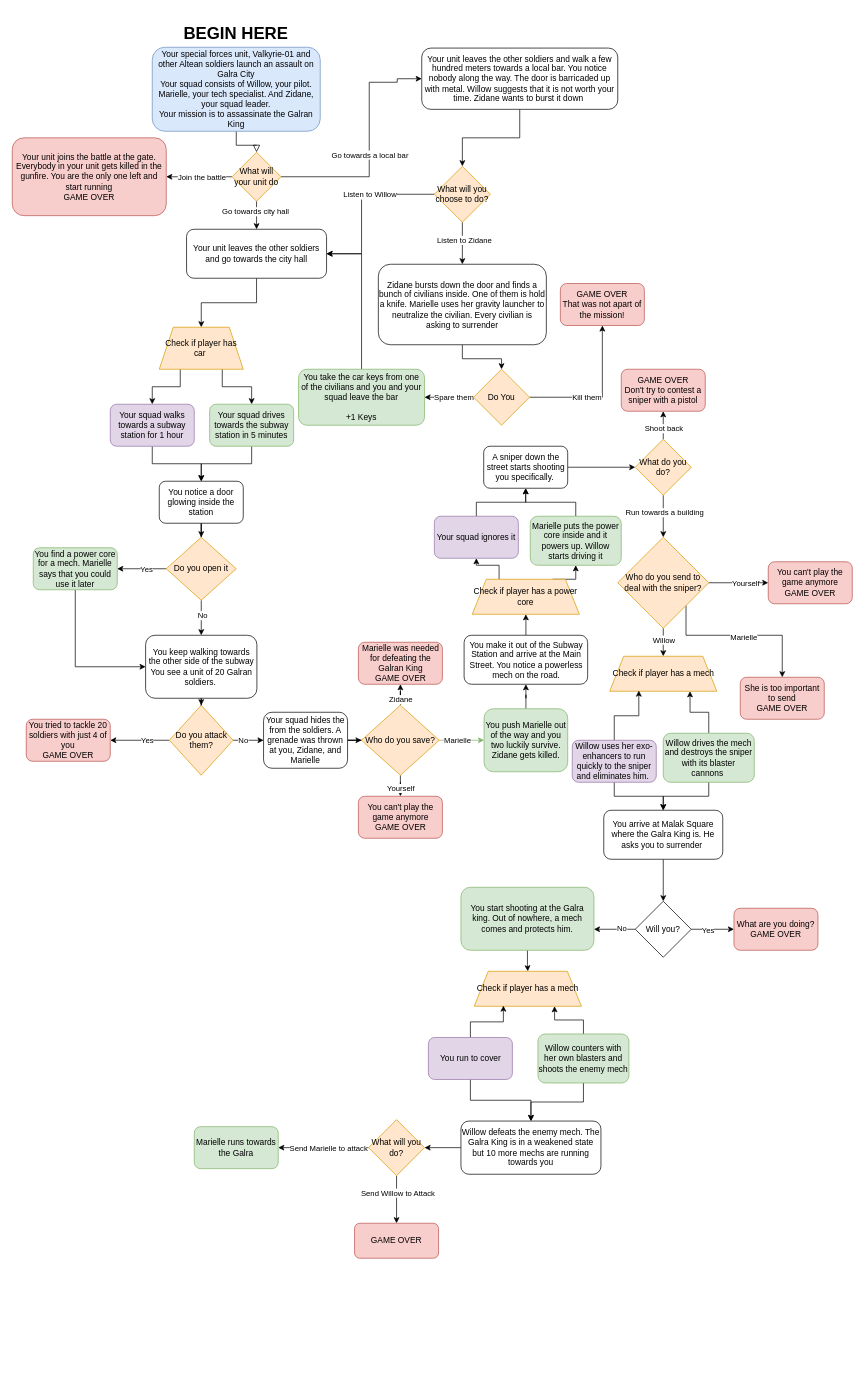
Earlier version of the draw.io diagram BusinessCulminatingFlowchart.drawio (twitocode/Draw.io-Diagrams). Source tidied: cells renumbered, new cells numbered last; positions are measured from the earlier drawing's top-left corner, leaving out a move shared by most shapes. Both pictures are drawn from the tidied source at 70%, with x=0, y=0 at pixel (12, 19).
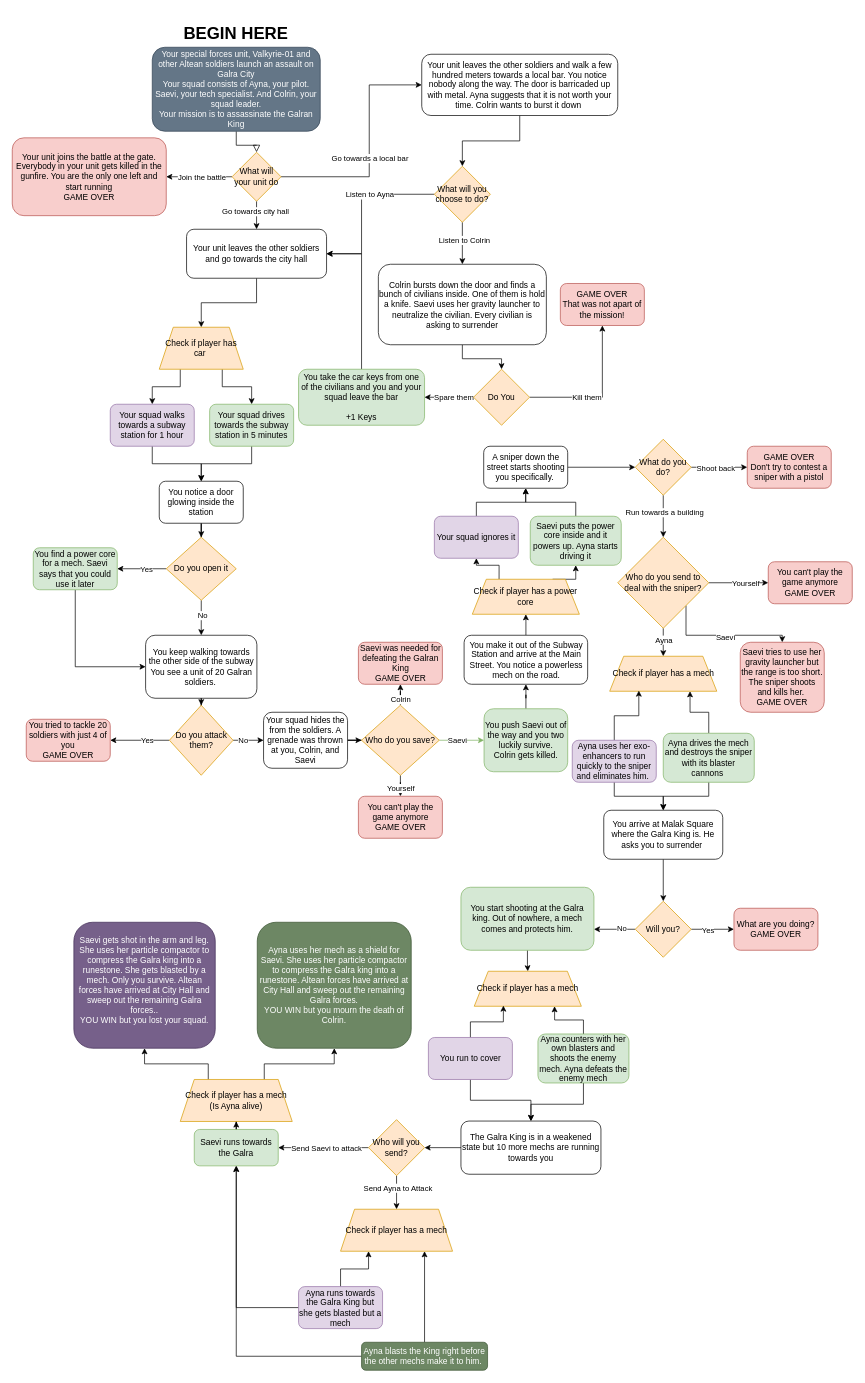
After the change.

The change refers to these unchanged cells:
```xml
<mxCell id="10" value="What will your unit do" style="rhombus;whiteSpace=wrap;html=1;fillColor=#ffe6cc;strokeColor=#d79b00;" parent="1" vertex="1">
  <mxGeometry x="314" y="190" width="70" height="70" as="geometry" />
</mxCell>
<mxCell id="16" style="edgeStyle=orthogonalEdgeStyle;rounded=0;jettySize=auto;html=1;entryX=1;entryY=0.5;entryDx=0;entryDy=0;" parent="1" edge="1" source="20" target="15">
  <mxGeometry relative="1" as="geometry">
    <Array as="points">
      <mxPoint x="499" y="250" />
      <mxPoint x="499" y="335" />
    </Array>
  </mxGeometry>
</mxCell>
<mxCell id="18" style="edgeStyle=orthogonalEdgeStyle;rounded=0;jettySize=auto;html=1;" parent="1" edge="1" source="20" target="22">
  <mxGeometry relative="1" as="geometry" />
</mxCell>
<mxCell id="57" style="edgeStyle=orthogonalEdgeStyle;rounded=0;jettySize=auto;html=1;" parent="1" edge="1" source="63" target="64">
  <mxGeometry relative="1" as="geometry" />
</mxCell>
<mxCell id="59" style="edgeStyle=orthogonalEdgeStyle;rounded=0;jettySize=auto;html=1;fillColor=#d5e8d4;strokeColor=#82b366;" parent="1" edge="1" source="63" target="66">
  <mxGeometry relative="1" as="geometry" />
</mxCell>
<mxCell id="83" value="What do you do?" style="rhombus;whiteSpace=wrap;html=1;fillColor=#ffe6cc;strokeColor=#d79b00;" parent="1" vertex="1">
  <mxGeometry x="890" y="600" width="80" height="80" as="geometry" />
</mxCell>
<mxCell id="87" style="edgeStyle=orthogonalEdgeStyle;rounded=0;jettySize=auto;html=1;entryX=0.5;entryY=0;entryDx=0;entryDy=0;" parent="1" edge="1" source="91" target="104">
  <mxGeometry relative="1" as="geometry" />
</mxCell>
<mxCell id="89" style="edgeStyle=orthogonalEdgeStyle;rounded=0;jettySize=auto;html=1;exitX=1;exitY=1;exitDx=0;exitDy=0;entryX=0.5;entryY=0;entryDx=0;entryDy=0;" parent="1" edge="1" source="91" target="95">
  <mxGeometry relative="1" as="geometry">
    <Array as="points">
      <mxPoint x="963" y="880" />
      <mxPoint x="1100" y="880" />
    </Array>
  </mxGeometry>
</mxCell>
<mxCell id="91" value="Who do you send to deal with the sniper?" style="rhombus;whiteSpace=wrap;html=1;fillColor=#ffe6cc;strokeColor=#d79b00;" parent="1" vertex="1">
  <mxGeometry x="865" y="740" width="130" height="130" as="geometry" />
</mxCell>
<mxCell id="123" style="edgeStyle=orthogonalEdgeStyle;rounded=0;jettySize=auto;html=1;entryX=1;entryY=0.5;entryDx=0;entryDy=0;" parent="1" edge="1" source="125" target="127">
  <mxGeometry relative="1" as="geometry" />
</mxCell>
```

Change to the diagram source:
```diff
@@
-    <mxCell id="3" value="Your special forces unit, Valkyrie-01 and other Altean soldiers launch an assault on Galra City&lt;br&gt;Your squad consists of Willow, your pilot. Marielle, your tech specialist. And Zidane, your squad leader.&lt;br&gt;Your mission is to assassinate the Galran King" style="rounded=1;whiteSpace=wrap;html=1;fontSize=12;glass=0;strokeWidth=1;shadow=0;fillColor=#dae8fc;strokeColor=#6c8ebf;" parent="1" vertex="1">
+    <mxCell id="3" value="Your special forces unit, Valkyrie-01 and other Altean soldiers launch an assault on Galra City&lt;br&gt;Your squad consists of Ayna, your pilot. Saevi, your tech specialist. And Colrin, your squad leader.&lt;br&gt;Your mission is to assassinate the Galran King" style="rounded=1;whiteSpace=wrap;html=1;fontSize=12;glass=0;strokeWidth=1;shadow=0;fillColor=#647687;strokeColor=#314354;fontColor=#ffffff;" parent="1" vertex="1">
       <mxGeometry x="200" y="40" width="240" height="120" as="geometry" />
     </mxCell>
     <mxCell id="4" style="edgeStyle=orthogonalEdgeStyle;rounded=0;jettySize=auto;html=1;exitX=1;exitY=0.5;exitDx=0;exitDy=0;entryX=0;entryY=0.5;entryDx=0;entryDy=0;" parent="1" edge="1" source="10" target="13">
       <mxGeometry relative="1" as="geometry">
         <Array as="points">
           <mxPoint x="510" y="225" />
-          <mxPoint x="510" y="90" />
-          <mxPoint x="550" y="90" />
+          <mxPoint x="510" y="94" />
         </Array>
       </mxGeometry>
     </mxCell>
@@
-    <mxCell id="13" value="&lt;div style=&quot;&quot;&gt;&lt;span style=&quot;background-color: initial;&quot;&gt;Your unit leaves the other soldiers and walk a few hundred meters towards a local bar. You notice nobody along the way. The door is barricaded up with metal. Willow suggests that it is not worth your time. Zidane wants to burst it down&amp;nbsp;&lt;/span&gt;&lt;/div&gt;" style="rounded=1;whiteSpace=wrap;html=1;align=center;" parent="1" vertex="1">
-      <mxGeometry x="585" y="41.2" width="280" height="87.5" as="geometry" />
+    <mxCell id="13" value="&lt;div style=&quot;&quot;&gt;&lt;span style=&quot;background-color: initial;&quot;&gt;Your unit leaves the other soldiers and walk a few hundred meters towards a local bar. You notice nobody along the way. The door is barricaded up with metal. Ayna suggests that it is not worth your time. Colrin wants to burst it down&amp;nbsp;&lt;/span&gt;&lt;/div&gt;" style="rounded=1;whiteSpace=wrap;html=1;align=center;" parent="1" vertex="1">
+      <mxGeometry x="585" y="50" width="280" height="87.5" as="geometry" />
     </mxCell>
@@
-    <mxCell id="17" value="Listen to Willow" style="edgeLabel;html=1;align=center;verticalAlign=middle;" parent="16" vertex="1">
+    <mxCell id="17" value="Listen to Ayna" style="edgeLabel;html=1;align=center;verticalAlign=middle;" parent="16" vertex="1">
       <mxGeometry x="-0.22" relative="1" as="geometry" />
     </mxCell>
@@
-    <mxCell id="19" value="Listen to Zidane" style="edgeLabel;html=1;align=center;verticalAlign=middle;" parent="18" vertex="1">
+    <mxCell id="19" value="Listen to Colrin" style="edgeLabel;html=1;align=center;verticalAlign=middle;" parent="18" vertex="1">
       <mxGeometry x="-0.18" y="2" relative="1" as="geometry" />
     </mxCell>
@@
-    <mxCell id="22" value="Zidane bursts down the door and finds a bunch of civilians inside. One of them is hold a knife. Marielle uses her gravity launcher to neutralize the civilian. Every civilian is asking to surrender" style="rounded=1;whiteSpace=wrap;html=1;" parent="1" vertex="1">
+    <mxCell id="22" value="Colrin bursts down the door and finds a bunch of civilians inside. One of them is hold a knife. Saevi uses her gravity launcher to neutralize the civilian. Every civilian is asking to surrender" style="rounded=1;whiteSpace=wrap;html=1;" parent="1" vertex="1">
       <mxGeometry x="523" y="350" width="240" height="115" as="geometry" />
     </mxCell>
@@
-    <mxCell id="46" value="You find a power core for a mech. Marielle says that you could use it later" style="rounded=1;whiteSpace=wrap;html=1;fillColor=#d5e8d4;strokeColor=#82b366;" parent="1" vertex="1">
+    <mxCell id="46" value="You find a power core for a mech. Saevi says that you could use it later" style="rounded=1;whiteSpace=wrap;html=1;fillColor=#d5e8d4;strokeColor=#82b366;" parent="1" vertex="1">
       <mxGeometry x="30" y="755" width="120" height="60" as="geometry" />
     </mxCell>
@@
-    <mxCell id="56" value="Your squad hides the from the soldiers. A grenade was thrown at you, Zidane, and Marielle" style="rounded=1;whiteSpace=wrap;html=1;" parent="1" vertex="1">
+    <mxCell id="56" value="Your squad hides the from the soldiers. A grenade was thrown at you, Colrin, and Saevi" style="rounded=1;whiteSpace=wrap;html=1;" parent="1" vertex="1">
       <mxGeometry x="359" y="990" width="120" height="80" as="geometry" />
     </mxCell>
@@
-    <mxCell id="58" value="Zidane" style="edgeLabel;html=1;align=center;verticalAlign=middle;" parent="57" vertex="1">
+    <mxCell id="58" value="Colrin" style="edgeLabel;html=1;align=center;verticalAlign=middle;" parent="57" vertex="1">
       <mxGeometry x="-0.18" relative="1" as="geometry">
         <mxPoint y="10" as="offset" />
       </mxGeometry>
     </mxCell>
@@
-    <mxCell id="60" value="Marielle" style="edgeLabel;html=1;align=center;verticalAlign=middle;" parent="59" vertex="1">
+    <mxCell id="60" value="Saevi" style="edgeLabel;html=1;align=center;verticalAlign=middle;" parent="59" vertex="1">
       <mxGeometry x="-0.21" y="1" relative="1" as="geometry" />
     </mxCell>
@@
-    <mxCell id="64" value="Marielle was needed for defeating the Galran King&lt;br&gt;GAME OVER" style="rounded=1;whiteSpace=wrap;html=1;fillColor=#f8cecc;strokeColor=#b85450;" parent="1" vertex="1">
+    <mxCell id="64" value="Saevi was needed for defeating the Galran King&lt;br&gt;GAME OVER" style="rounded=1;whiteSpace=wrap;html=1;fillColor=#f8cecc;strokeColor=#b85450;" parent="1" vertex="1">
       <mxGeometry x="494.5" y="890" width="120" height="60" as="geometry" />
     </mxCell>
@@
-    <mxCell id="66" value="You push Marielle out of the way and you two luckily survive.&lt;br&gt;Zidane gets killed." style="rounded=1;whiteSpace=wrap;html=1;fillColor=#d5e8d4;strokeColor=#82b366;" parent="1" vertex="1">
+    <mxCell id="66" value="You push Saevi out of the way and you two luckily survive.&lt;br&gt;Colrin gets killed." style="rounded=1;whiteSpace=wrap;html=1;fillColor=#d5e8d4;strokeColor=#82b366;" parent="1" vertex="1">
       <mxGeometry x="674" y="985" width="119.5" height="90" as="geometry" />
     </mxCell>
@@
-    <mxCell id="76" value="Marielle puts the power core inside and it powers up. Willow starts driving it" style="rounded=1;whiteSpace=wrap;html=1;fillColor=#d5e8d4;strokeColor=#82b366;" parent="1" vertex="1">
+    <mxCell id="76" value="Saevi puts the power core inside and it powers up. Ayna starts driving it" style="rounded=1;whiteSpace=wrap;html=1;fillColor=#d5e8d4;strokeColor=#82b366;" parent="1" vertex="1">
       <mxGeometry x="740" y="710" width="130" height="70" as="geometry" />
     </mxCell>
@@
+    <mxCell id="81" style="edgeStyle=orthogonalEdgeStyle;rounded=0;jettySize=auto;html=1;entryX=0.5;entryY=0;entryDx=0;entryDy=0;" parent="1" edge="1" source="83" target="91">
+      <mxGeometry relative="1" as="geometry" />
+    </mxCell>
+    <mxCell id="82" value="Run towards a building" style="edgeLabel;html=1;align=center;verticalAlign=middle;" parent="81" vertex="1">
+      <mxGeometry x="-0.2" y="1" relative="1" as="geometry" />
+    </mxCell>
-    <mxCell id="79" style="edgeStyle=orthogonalEdgeStyle;rounded=0;jettySize=auto;html=1;exitX=0.5;exitY=0;exitDx=0;exitDy=0;entryX=0.5;entryY=1;entryDx=0;entryDy=0;" parent="1" edge="1" source="83" target="84">
+    <mxCell id="79" style="edgeStyle=orthogonalEdgeStyle;rounded=0;jettySize=auto;html=1;exitX=1;exitY=0.5;exitDx=0;exitDy=0;" parent="1" edge="1" source="83" target="84">
       <mxGeometry relative="1" as="geometry" />
     </mxCell>
     <mxCell id="80" value="Shoot back" style="edgeLabel;html=1;align=center;verticalAlign=middle;" parent="79" vertex="1">
-      <mxGeometry x="-0.18" relative="1" as="geometry" />
+      <mxGeometry x="-0.15" y="-1" relative="1" as="geometry" />
     </mxCell>
-    <mxCell id="81" style="edgeStyle=orthogonalEdgeStyle;rounded=0;jettySize=auto;html=1;entryX=0.5;entryY=0;entryDx=0;entryDy=0;" parent="1" edge="1" source="83" target="91">
-      <mxGeometry relative="1" as="geometry" />
-    </mxCell>
-    <mxCell id="82" value="Run towards a building" style="edgeLabel;html=1;align=center;verticalAlign=middle;" parent="81" vertex="1">
-      <mxGeometry x="-0.2" y="1" relative="1" as="geometry" />
-    </mxCell>
@@
     <mxCell id="84" value="GAME OVER&lt;br&gt;Don't try to contest a sniper with a pistol" style="rounded=1;whiteSpace=wrap;html=1;fillColor=#f8cecc;strokeColor=#b85450;" parent="1" vertex="1">
-      <mxGeometry x="870" y="500" width="120" height="60" as="geometry" />
+      <mxGeometry x="1050" y="610" width="120" height="60" as="geometry" />
     </mxCell>
@@
-    <mxCell id="88" value="Willow" style="edgeLabel;html=1;align=center;verticalAlign=middle;" parent="87" vertex="1">
+    <mxCell id="88" value="Ayna" style="edgeLabel;html=1;align=center;verticalAlign=middle;" parent="87" vertex="1">
       <mxGeometry x="-0.22" relative="1" as="geometry" />
     </mxCell>
@@
-    <mxCell id="90" value="Marielle&lt;br&gt;" style="edgeLabel;html=1;align=center;verticalAlign=middle;" parent="89" vertex="1">
+    <mxCell id="90" value="Saevi&lt;br&gt;" style="edgeLabel;html=1;align=center;verticalAlign=middle;" parent="89" vertex="1">
       <mxGeometry x="0.03" y="-2" relative="1" as="geometry" />
     </mxCell>
@@
-    <mxCell id="95" value="She is too important to send&lt;br&gt;GAME OVER" style="rounded=1;whiteSpace=wrap;html=1;fillColor=#f8cecc;strokeColor=#b85450;" parent="1" vertex="1">
-      <mxGeometry x="1040" y="940" width="120" height="60" as="geometry" />
+    <mxCell id="95" value="Saevi tries to use her gravity launcher but the range is too short. The sniper shoots and kills her.&amp;nbsp;&lt;br&gt;GAME OVER" style="rounded=1;whiteSpace=wrap;html=1;fillColor=#f8cecc;strokeColor=#b85450;" parent="1" vertex="1">
+      <mxGeometry x="1040" y="890" width="120" height="100" as="geometry" />
     </mxCell>
@@
-    <mxCell id="100" value="Will you?" style="rhombus;whiteSpace=wrap;html=1;" parent="1" vertex="1">
+    <mxCell id="100" value="Will you?" style="rhombus;whiteSpace=wrap;html=1;fillColor=#ffe6cc;strokeColor=#d79b00;" parent="1" vertex="1">
       <mxGeometry x="890" y="1260" width="80" height="80" as="geometry" />
     </mxCell>
@@
-    <mxCell id="107" value="Willow uses her exo-enhancers to run quickly to the sniper and eliminates him.&amp;nbsp;" style="rounded=1;whiteSpace=wrap;html=1;fillColor=#e1d5e7;strokeColor=#9673a6;" parent="1" vertex="1">
+    <mxCell id="107" value="Ayna uses her exo-enhancers to run quickly to the sniper and eliminates him.&amp;nbsp;" style="rounded=1;whiteSpace=wrap;html=1;fillColor=#e1d5e7;strokeColor=#9673a6;" parent="1" vertex="1">
       <mxGeometry x="800" y="1030" width="120" height="60" as="geometry" />
     </mxCell>
@@
-    <mxCell id="110" value="Willow drives the mech and destroys the sniper with its blaster cannons&amp;nbsp;" style="rounded=1;whiteSpace=wrap;html=1;fillColor=#d5e8d4;strokeColor=#82b366;" parent="1" vertex="1">
+    <mxCell id="110" value="Ayna drives the mech and destroys the sniper with its blaster cannons&amp;nbsp;" style="rounded=1;whiteSpace=wrap;html=1;fillColor=#d5e8d4;strokeColor=#82b366;" parent="1" vertex="1">
       <mxGeometry x="930" y="1020" width="130" height="70" as="geometry" />
     </mxCell>
@@
     <mxCell id="117" style="edgeStyle=orthogonalEdgeStyle;rounded=0;jettySize=auto;html=1;exitX=0.5;exitY=1;exitDx=0;exitDy=0;" parent="1" edge="1" source="118" target="120">
-      <mxGeometry relative="1" as="geometry" />
+      <mxGeometry relative="1" as="geometry">
+        <Array as="points">
+          <mxPoint x="816" y="1550" />
+          <mxPoint x="741" y="1550" />
+        </Array>
+      </mxGeometry>
     </mxCell>
-    <mxCell id="118" value="Willow counters with her own blasters and shoots the enemy mech" style="rounded=1;whiteSpace=wrap;html=1;fillColor=#d5e8d4;strokeColor=#82b366;" parent="1" vertex="1">
+    <mxCell id="118" value="Ayna counters with her own blasters and shoots the enemy mech. Ayna defeats the enemy mech" style="rounded=1;whiteSpace=wrap;html=1;fillColor=#d5e8d4;strokeColor=#82b366;" parent="1" vertex="1">
       <mxGeometry x="751" y="1449.6" width="130" height="70" as="geometry" />
     </mxCell>
@@
-    <mxCell id="120" value="Willow defeats the enemy mech. The Galra King is in a weakened state but 10 more mechs are running towards you" style="rounded=1;whiteSpace=wrap;html=1;" parent="1" vertex="1">
+    <mxCell id="120" value="The Galra King is in a weakened state but 10 more mechs are running towards you" style="rounded=1;whiteSpace=wrap;html=1;" parent="1" vertex="1">
       <mxGeometry x="641" y="1574" width="200" height="76" as="geometry" />
     </mxCell>
-    <mxCell id="121" style="edgeStyle=orthogonalEdgeStyle;rounded=0;jettySize=auto;html=1;exitX=0.5;exitY=1;exitDx=0;exitDy=0;entryX=0.5;entryY=0;entryDx=0;entryDy=0;" parent="1" edge="1" source="125" target="126">
+    <mxCell id="121" style="edgeStyle=orthogonalEdgeStyle;rounded=0;jettySize=auto;html=1;exitX=0.5;exitY=1;exitDx=0;exitDy=0;entryX=0.5;entryY=0;entryDx=0;entryDy=0;" parent="1" edge="1" source="125" target="135">
       <mxGeometry relative="1" as="geometry" />
     </mxCell>
-    <mxCell id="122" value="Send Willow to Attack" style="edgeLabel;html=1;align=center;verticalAlign=middle;" parent="121" vertex="1">
+    <mxCell id="122" value="Send Ayna to Attack" style="edgeLabel;html=1;align=center;verticalAlign=middle;" parent="121" vertex="1">
       <mxGeometry x="-0.3" y="1" relative="1" as="geometry" />
     </mxCell>
@@
-    <mxCell id="124" value="Send Marielle to attack" style="edgeLabel;html=1;align=center;verticalAlign=middle;" parent="123" vertex="1">
+    <mxCell id="124" value="Send Saevi to attack" style="edgeLabel;html=1;align=center;verticalAlign=middle;" parent="123" vertex="1">
       <mxGeometry x="0.25" y="2" relative="1" as="geometry">
-        <mxPoint x="23" y="-2" as="offset" />
+        <mxPoint x="20" y="-2" as="offset" />
       </mxGeometry>
     </mxCell>
-    <mxCell id="125" value="What will you do?" style="rhombus;whiteSpace=wrap;html=1;fillColor=#ffe6cc;strokeColor=#d79b00;" parent="1" vertex="1">
+    <mxCell id="125" value="Who will you send?" style="rhombus;whiteSpace=wrap;html=1;fillColor=#ffe6cc;strokeColor=#d79b00;" parent="1" vertex="1">
       <mxGeometry x="509" y="1572" width="80" height="80" as="geometry" />
     </mxCell>
-    <mxCell id="126" value="GAME OVER" style="rounded=1;whiteSpace=wrap;html=1;fillColor=#f8cecc;strokeColor=#b85450;" parent="1" vertex="1">
-      <mxGeometry x="489" y="1720" width="120" height="50" as="geometry" />
-    </mxCell>
+    <mxCell id="128" style="edgeStyle=orthogonalEdgeStyle;rounded=0;jettySize=auto;html=1;entryX=0.5;entryY=1;entryDx=0;entryDy=0;" parent="1" edge="1" source="127" target="138">
+      <mxGeometry relative="1" as="geometry" />
+    </mxCell>
-    <mxCell id="127" value="Marielle runs towards the Galra" style="rounded=1;whiteSpace=wrap;html=1;fillColor=#d5e8d4;strokeColor=#82b366;" parent="1" vertex="1">
-      <mxGeometry x="260" y="1582" width="120" height="60" as="geometry" />
+    <mxCell id="127" value="Saevi runs towards the Galra" style="rounded=1;whiteSpace=wrap;html=1;fillColor=#d5e8d4;strokeColor=#82b366;" parent="1" vertex="1">
+      <mxGeometry x="260" y="1586" width="120" height="52" as="geometry" />
     </mxCell>
+    <mxCell id="129" style="edgeStyle=orthogonalEdgeStyle;rounded=0;jettySize=auto;html=1;entryX=0.25;entryY=1;entryDx=0;entryDy=0;" parent="1" edge="1" source="131" target="135">
+      <mxGeometry relative="1" as="geometry" />
+    </mxCell>
+    <mxCell id="130" style="edgeStyle=orthogonalEdgeStyle;rounded=0;jettySize=auto;html=1;entryX=0.5;entryY=1;entryDx=0;entryDy=0;" parent="1" edge="1" source="131" target="127">
+      <mxGeometry relative="1" as="geometry" />
+    </mxCell>
+    <mxCell id="131" value="Ayna runs towards the Galra King but she gets blasted but a mech" style="rounded=1;whiteSpace=wrap;html=1;fillColor=#e1d5e7;strokeColor=#9673a6;" parent="1" vertex="1">
+      <mxGeometry x="409" y="1810.5" width="120" height="60" as="geometry" />
+    </mxCell>
+    <mxCell id="132" style="edgeStyle=orthogonalEdgeStyle;rounded=0;jettySize=auto;html=1;exitX=0.5;exitY=0;exitDx=0;exitDy=0;entryX=0.75;entryY=1;entryDx=0;entryDy=0;" parent="1" edge="1" source="134" target="135">
+      <mxGeometry relative="1" as="geometry" />
+    </mxCell>
+    <mxCell id="133" style="edgeStyle=orthogonalEdgeStyle;rounded=0;jettySize=auto;html=1;entryX=0.5;entryY=1;entryDx=0;entryDy=0;" parent="1" edge="1" source="134" target="127">
+      <mxGeometry relative="1" as="geometry" />
+    </mxCell>
+    <mxCell id="134" value="Ayna blasts the King right before the other mechs make it to him.&amp;nbsp;" style="rounded=1;whiteSpace=wrap;html=1;fillColor=#6d8764;strokeColor=#3A5431;fontColor=#ffffff;" parent="1" vertex="1">
+      <mxGeometry x="499" y="1890" width="180" height="40" as="geometry" />
+    </mxCell>
+    <mxCell id="135" value="Check if player has a mech" style="shape=trapezoid;perimeter=trapezoidPerimeter;whiteSpace=wrap;html=1;fixedSize=1;fillColor=#ffe6cc;strokeColor=#d79b00;" parent="1" vertex="1">
+      <mxGeometry x="469" y="1700" width="160" height="60" as="geometry" />
+    </mxCell>
+    <mxCell id="136" style="edgeStyle=orthogonalEdgeStyle;rounded=0;jettySize=auto;html=1;exitX=0.25;exitY=0;exitDx=0;exitDy=0;entryX=0.5;entryY=1;entryDx=0;entryDy=0;" parent="1" edge="1" source="138" target="139">
+      <mxGeometry relative="1" as="geometry" />
+    </mxCell>
+    <mxCell id="137" style="edgeStyle=orthogonalEdgeStyle;rounded=0;jettySize=auto;html=1;exitX=0.75;exitY=0;exitDx=0;exitDy=0;entryX=0.5;entryY=1;entryDx=0;entryDy=0;" parent="1" edge="1" source="138" target="140">
+      <mxGeometry relative="1" as="geometry" />
+    </mxCell>
+    <mxCell id="138" value="Check if player has a mech&lt;br&gt;(Is Ayna alive)" style="shape=trapezoid;perimeter=trapezoidPerimeter;whiteSpace=wrap;html=1;fixedSize=1;fillColor=#ffe6cc;strokeColor=#d79b00;" parent="1" vertex="1">
+      <mxGeometry x="240" y="1514.6" width="160" height="60" as="geometry" />
+    </mxCell>
+    <mxCell id="139" value="Saevi gets shot in the arm and leg. She uses her particle compactor to compress the Galra king into a runestone. She gets blasted by a mech. Only you survive. Altean forces have arrived at City Hall and sweep out the remaining Galra forces..&lt;br&gt;YOU WIN but you lost your squad.&lt;br&gt;&amp;nbsp;" style="rounded=1;whiteSpace=wrap;html=1;fillColor=#76608a;strokeColor=#432D57;fontColor=#ffffff;" parent="1" vertex="1">
+      <mxGeometry x="88" y="1290" width="202" height="180" as="geometry" />
+    </mxCell>
+    <mxCell id="140" value="Ayna uses her mech as a shield for Saevi. She uses her particle compactor to compress the Galra king into a runestone. Altean forces have arrived at City Hall and sweep out the remaining Galra forces.&lt;br&gt;YOU WIN but you mourn the death of Colrin." style="rounded=1;whiteSpace=wrap;html=1;fillColor=#6d8764;strokeColor=#3A5431;fontColor=#ffffff;" parent="1" vertex="1">
+      <mxGeometry x="350" y="1290" width="220" height="180" as="geometry" />
+    </mxCell>
```
